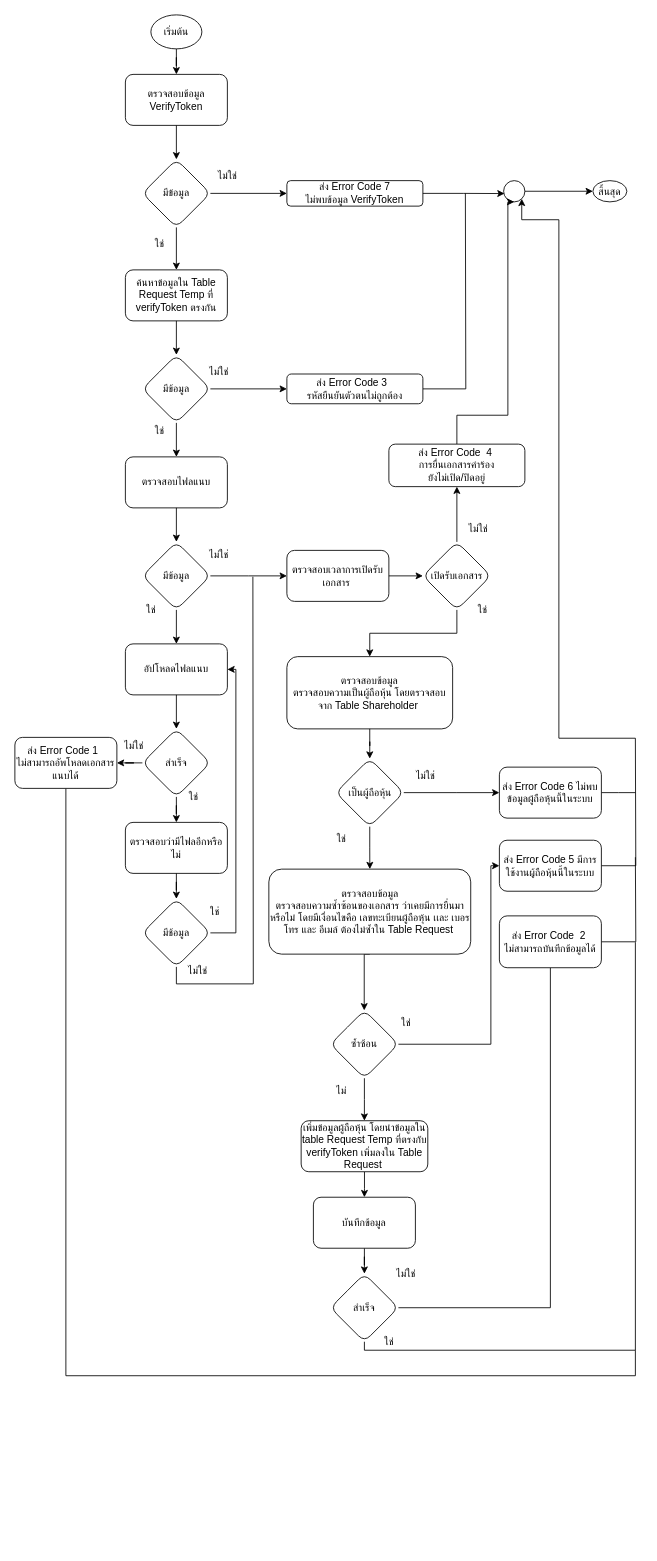
The draw.io diagram CreateRequestForm.drawio in charifrodmanee/charifrodmanee, before the edit. Source tidied: cells renumbered, new cells numbered last; positions are measured from the earlier drawing's top-left corner, leaving out a move shared by most shapes. Both pictures are drawn from the tidied source at 85%, with x=0, y=0 at pixel (14, 14).
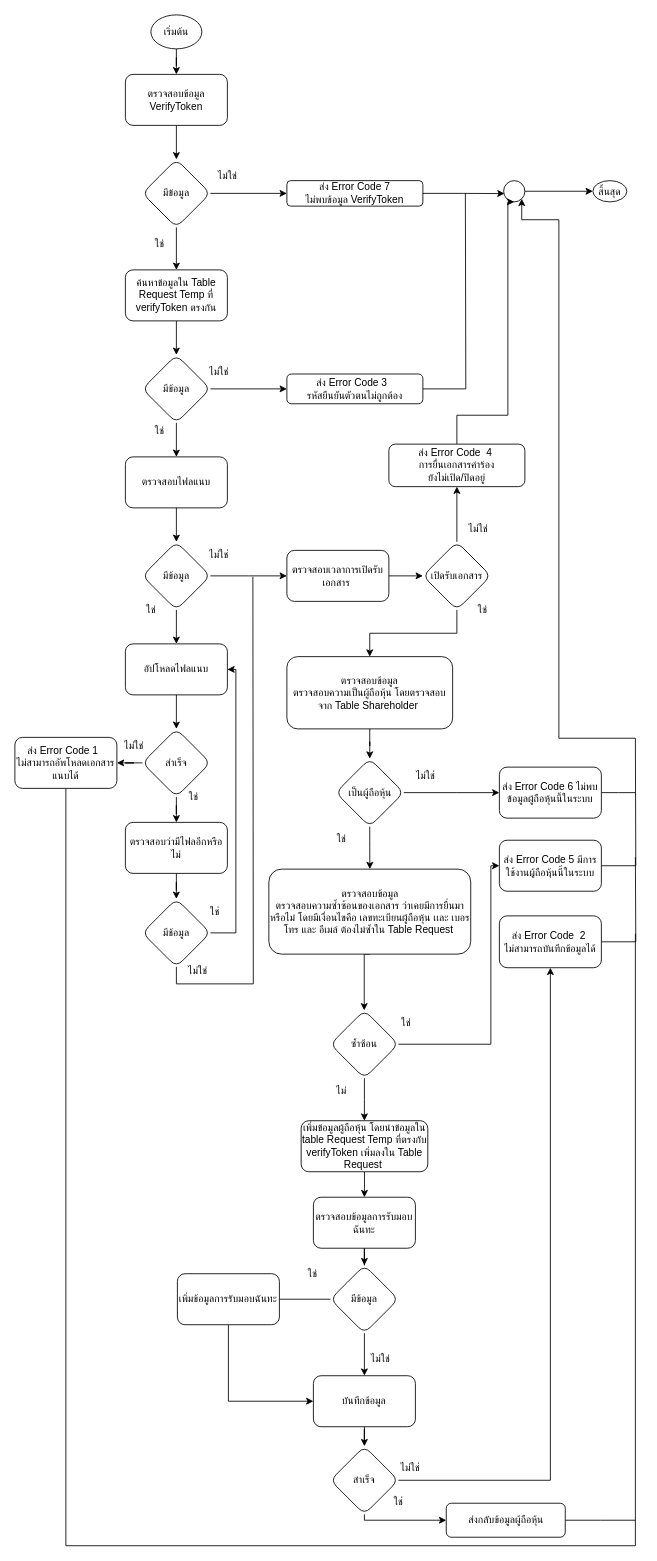
Above is the later version.

Unchanged cells that the change refers to:
```xml
<mxCell id="12" value="เพิ่มข้อมูลผู้ถือหุ้น โดยนำข้อมูลใน table Request Temp ที่ตรงกับ verifyToken เพิ่มลงใน Table Request&amp;nbsp;" style="rounded=1;whiteSpace=wrap;html=1;" parent="1" vertex="1">
  <mxGeometry x="336.8" y="1301" width="149" height="60" as="geometry" />
</mxCell>
<mxCell id="58" value="ส่ง Error Code 1&amp;nbsp;&amp;nbsp;&lt;br&gt;ไม่สามารถอัพโหลดเอกสารแนบได้" style="rounded=1;whiteSpace=wrap;html=1;" parent="1" vertex="1">
  <mxGeometry y="850" width="120" height="60" as="geometry" />
</mxCell>
<mxCell id="84" value="ส่ง Error Code&amp;nbsp; 2&amp;nbsp;&lt;br&gt;ไม่สามารถบันทึกข้อมูลได้" style="rounded=1;whiteSpace=wrap;html=1;" parent="1" vertex="1">
  <mxGeometry x="570" y="1060" width="120" height="61" as="geometry" />
</mxCell>
```

The edit, as a diff of the source:
```diff
@@
-    <mxCell id="11" style="edgeStyle=orthogonalEdgeStyle;rounded=0;jettySize=auto;html=1;endArrow=classic;endFill=1;" parent="1" edge="1" source="12" target="14">
-      <mxGeometry relative="1" as="geometry" />
-    </mxCell>
+    <mxCell id="87" style="edgeStyle=orthogonalEdgeStyle;rounded=0;jettySize=auto;html=1;endArrow=classic;endFill=1;" parent="1" edge="1" source="12" target="90">
+      <mxGeometry relative="1" as="geometry" />
+    </mxCell>
@@
     <mxCell id="14" value="บันทึกข้อมูล" style="whiteSpace=wrap;html=1;rounded=1;" parent="1" vertex="1">
-      <mxGeometry x="351.2" y="1391" width="120" height="60" as="geometry" />
+      <mxGeometry x="351.2" y="1601" width="120" height="60" as="geometry" />
     </mxCell>
-    <mxCell id="15" style="edgeStyle=orthogonalEdgeStyle;rounded=0;jettySize=auto;html=1;entryX=0.5;entryY=1;entryDx=0;entryDy=0;endArrow=none;endFill=0;" parent="1" edge="1" source="17" target="84">
+    <mxCell id="15" style="edgeStyle=orthogonalEdgeStyle;rounded=0;jettySize=auto;html=1;entryX=0.5;entryY=1;entryDx=0;entryDy=0;endArrow=classic;endFill=1;" parent="1" edge="1" source="17" target="84">
       <mxGeometry relative="1" as="geometry" />
     </mxCell>
-    <mxCell id="16" style="edgeStyle=orthogonalEdgeStyle;rounded=0;jettySize=auto;html=1;endArrow=none;endFill=0;" parent="1" edge="1" source="17">
-      <mxGeometry relative="1" as="geometry">
-        <mxPoint x="730" y="1091" as="targetPoint" />
-        <Array as="points">
-          <mxPoint x="411" y="1571" />
-          <mxPoint x="730" y="1571" />
-        </Array>
-      </mxGeometry>
-    </mxCell>
+    <mxCell id="88" style="edgeStyle=orthogonalEdgeStyle;rounded=0;jettySize=auto;html=1;entryX=0;entryY=0.5;entryDx=0;entryDy=0;endArrow=classic;endFill=1;" parent="1" edge="1" source="17" target="99">
+      <mxGeometry relative="1" as="geometry">
+        <Array as="points">
+          <mxPoint x="411" y="1771" />
+        </Array>
+      </mxGeometry>
+    </mxCell>
     <mxCell id="17" value="สำเร็จ" style="rhombus;whiteSpace=wrap;html=1;rounded=1;" parent="1" vertex="1">
-      <mxGeometry x="371.2" y="1481" width="80" height="80" as="geometry" />
+      <mxGeometry x="371.2" y="1684" width="80" height="80" as="geometry" />
     </mxCell>
@@
     <mxCell id="57" style="edgeStyle=orthogonalEdgeStyle;rounded=0;jettySize=auto;html=1;endArrow=none;endFill=0;" parent="1" edge="1" source="58">
       <mxGeometry relative="1" as="geometry">
-        <mxPoint x="730" y="1571" as="targetPoint" />
+        <mxPoint x="730" y="1081" as="targetPoint" />
         <Array as="points">
-          <mxPoint x="60" y="1601" />
+          <mxPoint x="60" y="1801" />
+          <mxPoint x="730" y="1801" />
         </Array>
       </mxGeometry>
     </mxCell>
@@
     <mxCell id="85" value="ไม่ใช่" style="text;html=1;align=center;verticalAlign=middle;strokeColor=none;fillColor=none;" parent="1" vertex="1">
-      <mxGeometry x="435" y="1466" width="50" height="30" as="geometry" />
+      <mxGeometry x="440" y="1694" width="50" height="30" as="geometry" />
     </mxCell>
     <mxCell id="86" value="ใช่" style="text;html=1;align=center;verticalAlign=middle;strokeColor=none;fillColor=none;" parent="1" vertex="1">
-      <mxGeometry x="420" y="1546" width="40" height="30" as="geometry" />
+      <mxGeometry x="431.2" y="1734" width="40" height="30" as="geometry" />
     </mxCell>
+    <mxCell id="89" style="edgeStyle=orthogonalEdgeStyle;rounded=0;jettySize=auto;html=1;endArrow=classic;endFill=1;" parent="1" edge="1" source="90" target="93">
+      <mxGeometry relative="1" as="geometry" />
+    </mxCell>
+    <mxCell id="90" value="ตรวจสอบข้อมูลการรับมอบฉันทะ" style="whiteSpace=wrap;html=1;rounded=1;" parent="1" vertex="1">
+      <mxGeometry x="351.2" y="1391" width="120" height="60" as="geometry" />
+    </mxCell>
+    <mxCell id="91" style="edgeStyle=orthogonalEdgeStyle;rounded=0;jettySize=auto;html=1;endArrow=none;endFill=0;" parent="1" edge="1" source="93" target="95">
+      <mxGeometry relative="1" as="geometry" />
+    </mxCell>
+    <mxCell id="92" style="edgeStyle=orthogonalEdgeStyle;rounded=0;jettySize=auto;html=1;entryX=0.5;entryY=0;entryDx=0;entryDy=0;endArrow=classic;endFill=1;" parent="1" edge="1" source="93" target="14">
+      <mxGeometry relative="1" as="geometry" />
+    </mxCell>
+    <mxCell id="93" value="มีข้อมูล" style="rhombus;whiteSpace=wrap;html=1;rounded=1;" parent="1" vertex="1">
+      <mxGeometry x="371.2" y="1471" width="80" height="80" as="geometry" />
+    </mxCell>
+    <mxCell id="94" style="edgeStyle=orthogonalEdgeStyle;rounded=0;jettySize=auto;html=1;entryX=0;entryY=0.5;entryDx=0;entryDy=0;endArrow=classic;endFill=1;exitX=0.5;exitY=1;exitDx=0;exitDy=0;" parent="1" edge="1" source="95" target="14">
+      <mxGeometry relative="1" as="geometry" />
+    </mxCell>
+    <mxCell id="95" value="เพิ่มข้อมูลการรับมอบฉันทะ" style="whiteSpace=wrap;html=1;rounded=1;" parent="1" vertex="1">
+      <mxGeometry x="191.2" y="1481" width="120" height="60" as="geometry" />
+    </mxCell>
+    <mxCell id="96" value="ใช่" style="text;html=1;align=center;verticalAlign=middle;strokeColor=none;fillColor=none;" parent="1" vertex="1">
+      <mxGeometry x="330" y="1466" width="40" height="30" as="geometry" />
+    </mxCell>
+    <mxCell id="97" value="ไม่ใช่" style="text;html=1;align=center;verticalAlign=middle;strokeColor=none;fillColor=none;" parent="1" vertex="1">
+      <mxGeometry x="405" y="1566" width="50" height="30" as="geometry" />
+    </mxCell>
+    <mxCell id="98" style="edgeStyle=orthogonalEdgeStyle;rounded=0;jettySize=auto;html=1;endArrow=none;endFill=0;" parent="1" edge="1" source="99">
+      <mxGeometry relative="1" as="geometry">
+        <mxPoint x="730" y="1771" as="targetPoint" />
+      </mxGeometry>
+    </mxCell>
+    <mxCell id="99" value="ส่งกลับข้อมูลผู้ถือหุ้น" style="rounded=1;whiteSpace=wrap;html=1;" parent="1" vertex="1">
+      <mxGeometry x="507.5" y="1751" width="140" height="40" as="geometry" />
+    </mxCell>
```
